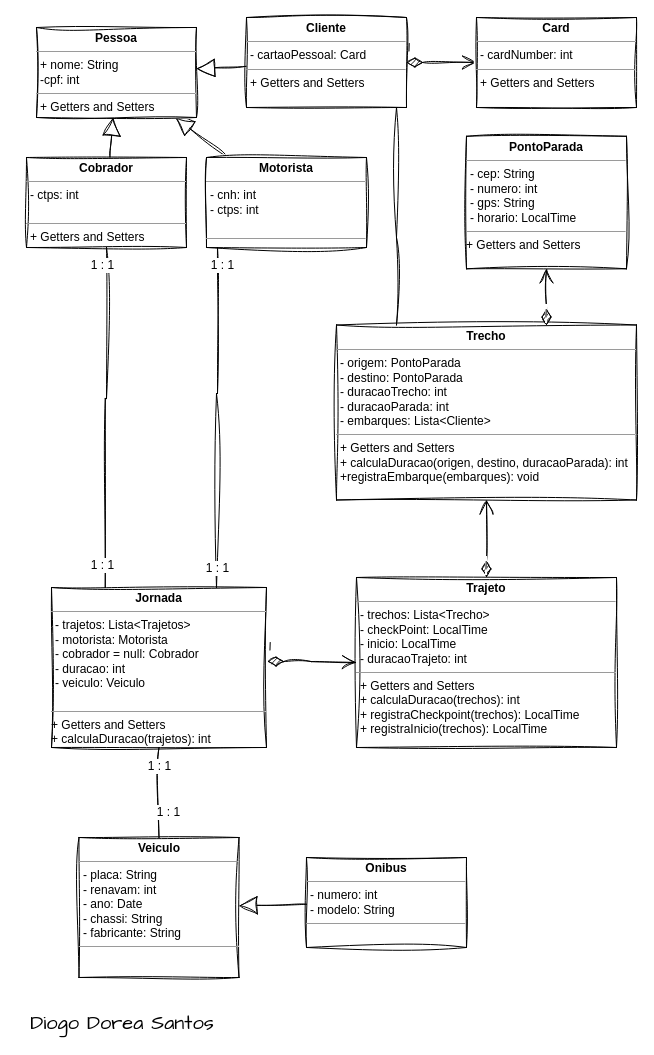
Earlier version of the draw.io diagram PO-05/PO-05 TransporteViarioClassDiagram.drawio (residencia18/240102-diogo-dorea-santos). Source tidied: cells renumbered, new cells numbered last; positions are measured from the earlier drawing's top-left corner, leaving out a move shared by most shapes. Both pictures are drawn from the tidied source at 100%, with x=0, y=0 at pixel (17, 17).
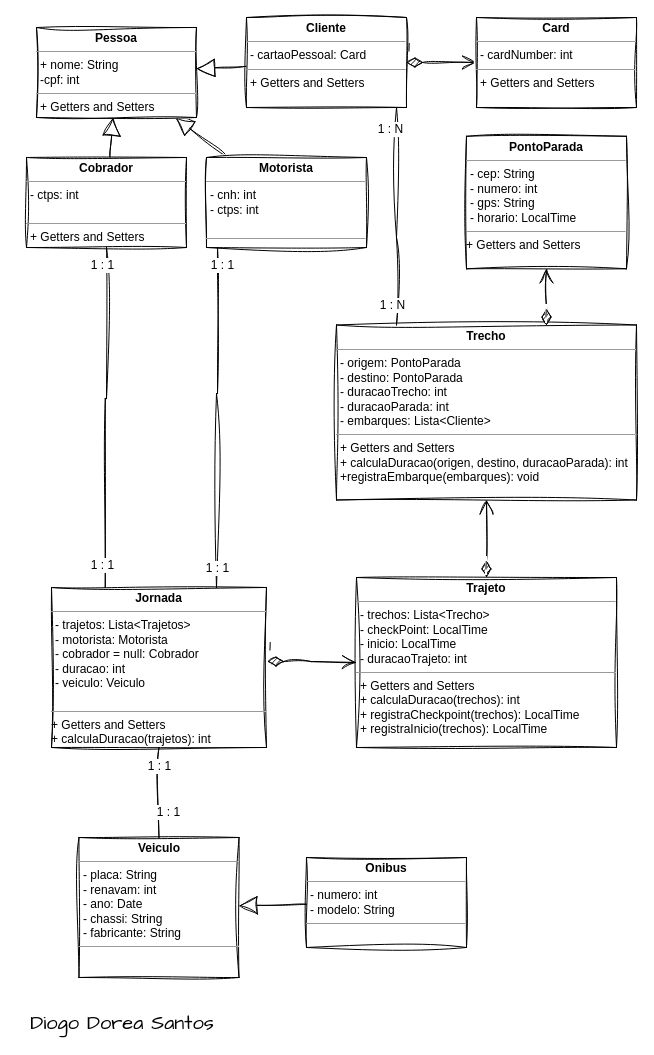
The same diagram, later.

Commit message (it also covers changes not shown here):
Diagrama de Classe Base PDF

Diff of the diagram source:
```diff
@@
+    <mxCell id="32" value="1 : N" style="edgeLabel;html=1;align=center;verticalAlign=middle;fontSize=12;fontFamily=Ubuntu;" parent="1" vertex="1">
+      <mxGeometry x="389" y="600" as="geometry">
+        <mxPoint x="-15" y="-313" as="offset" />
+      </mxGeometry>
+    </mxCell>
+    <mxCell id="33" value="1 : N" style="edgeLabel;html=1;align=center;verticalAlign=middle;fontSize=12;fontFamily=Ubuntu;" parent="1" vertex="1">
+      <mxGeometry x="210" y="559.7" as="geometry">
+        <mxPoint x="162" y="-448" as="offset" />
+      </mxGeometry>
+    </mxCell>
```
